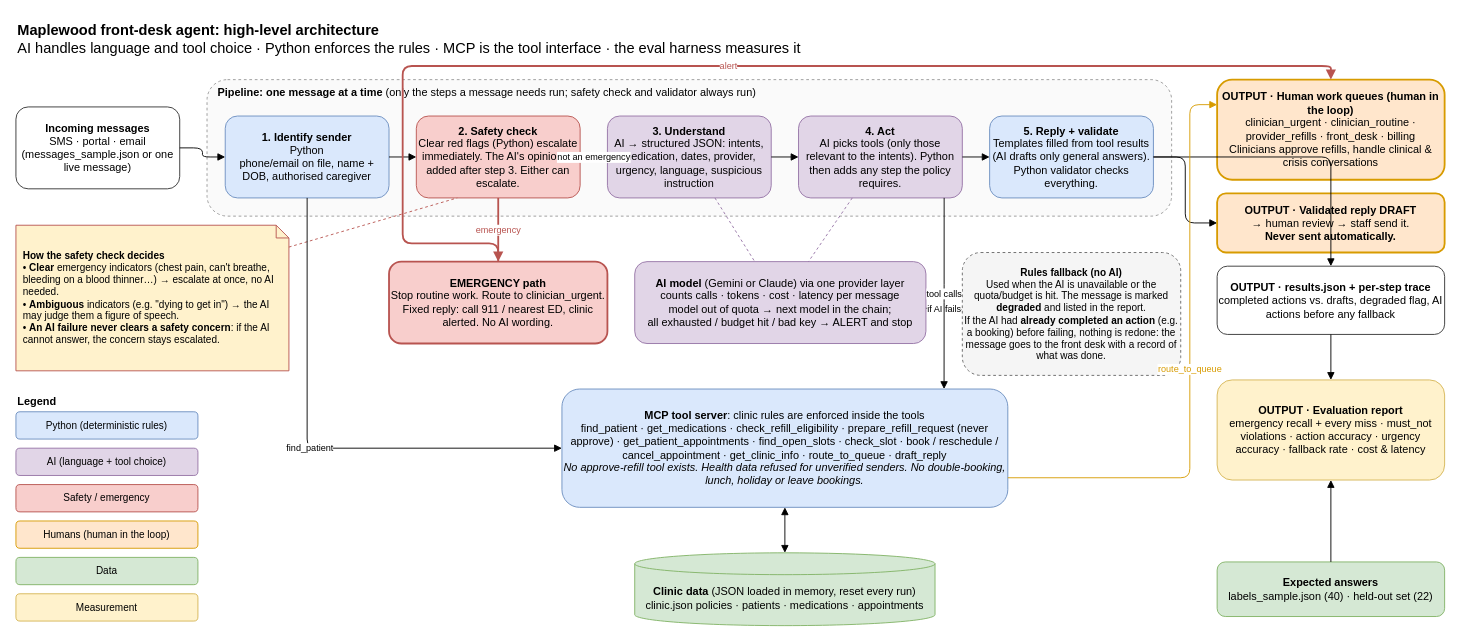
Before: docs/architecture.drawio in Taskfree07/edvak-frontdesk-agent, a draw.io diagram. Source tidied: cells renumbered, new cells numbered last; positions are measured from the earlier drawing's top-left corner, leaving out a move shared by most shapes. Both pictures are drawn from the tidied source at 91%, with x=0, y=0 at pixel (15, 15).
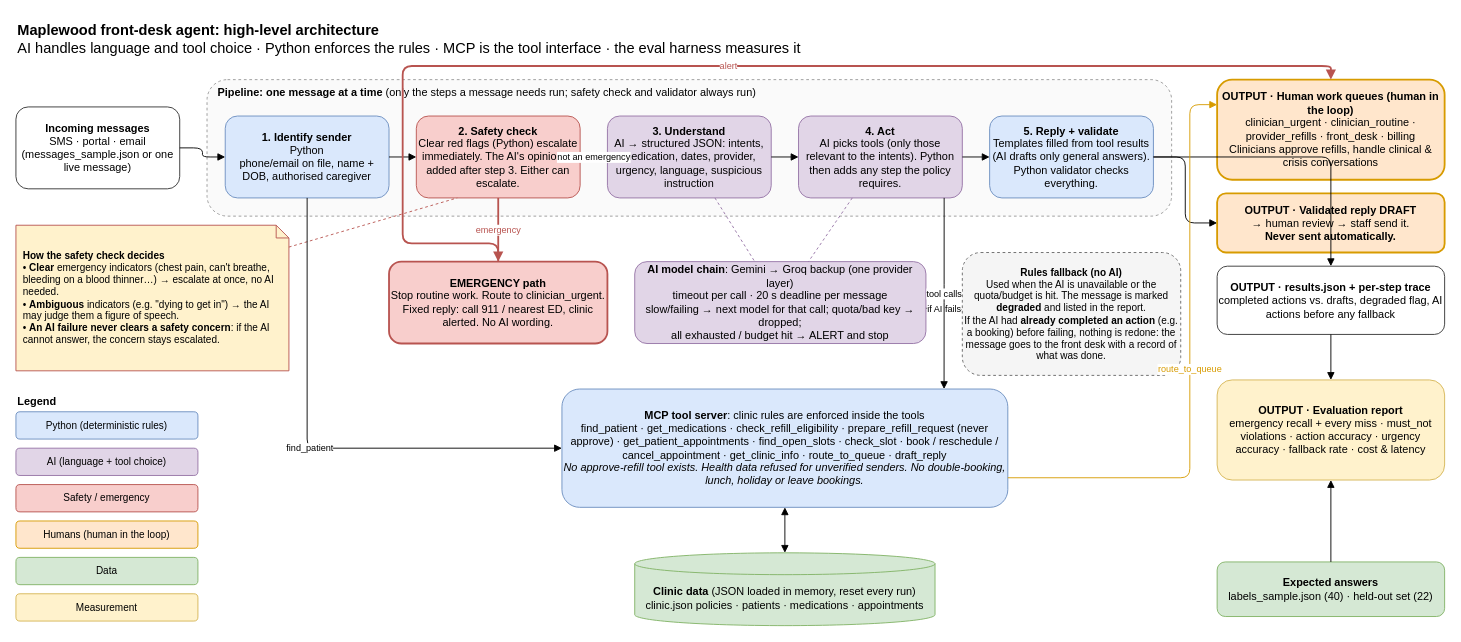
The same diagram, later.

What changed in the source:
```diff
@@
-    <mxCell id="19" value="&lt;b&gt;AI model&lt;/b&gt; (Gemini or Claude) via one provider layer&lt;br&gt;counts calls · tokens · cost · latency per message&lt;br&gt;model out of quota → next model in the chain;&lt;br&gt;all exhausted / budget hit / bad key → ALERT and stop" style="rounded=1;whiteSpace=wrap;html=1;fillColor=#e1d5e7;strokeColor=#9673a6;" parent="1" vertex="1">
+    <mxCell id="19" value="&lt;b&gt;AI model chain&lt;/b&gt;: Gemini → Groq backup (one provider layer)&lt;br&gt;timeout per call · 20 s deadline per message&lt;br&gt;slow/failing → next model for that call; quota/bad key → dropped;&lt;br&gt;all exhausted / budget hit → ALERT and stop" style="rounded=1;whiteSpace=wrap;html=1;fillColor=#e1d5e7;strokeColor=#9673a6;" parent="1" vertex="1">
       <mxGeometry x="680" y="270" width="320" height="90" as="geometry" />
     </mxCell>
```
